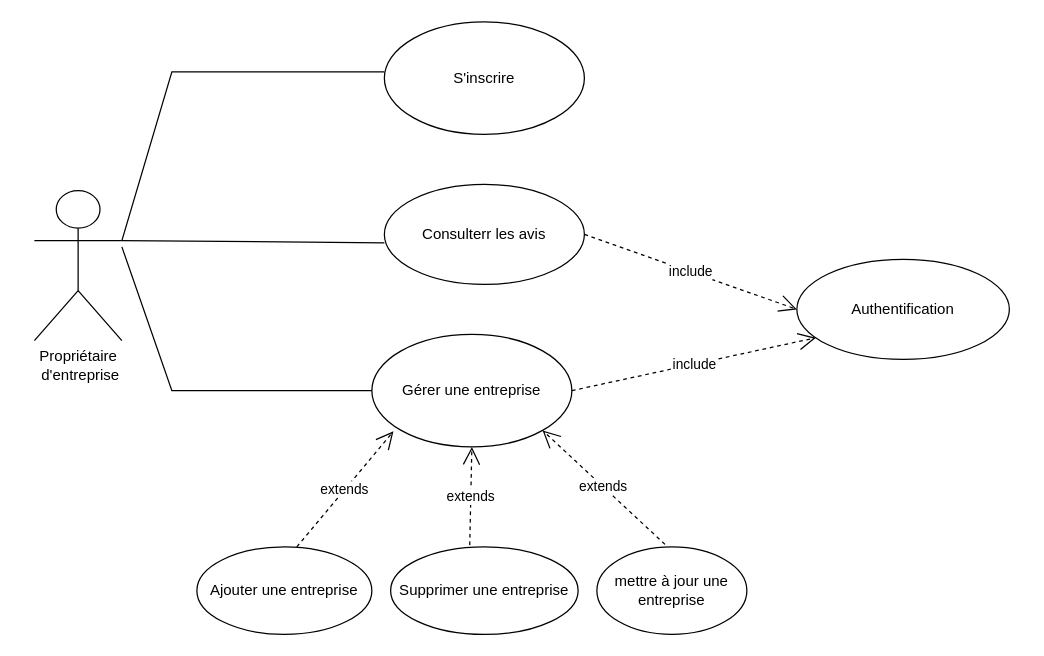
The draw.io diagram utiliProp.drawio.drawio in Rahma3-sys/Searchgi, before the edit. Source tidied: cells renumbered, new cells numbered last; positions are measured from the earlier drawing's top-left corner, leaving out a move shared by most shapes. Both pictures are drawn from the tidied source at 125%, with x=0, y=0 at pixel (21, 21).
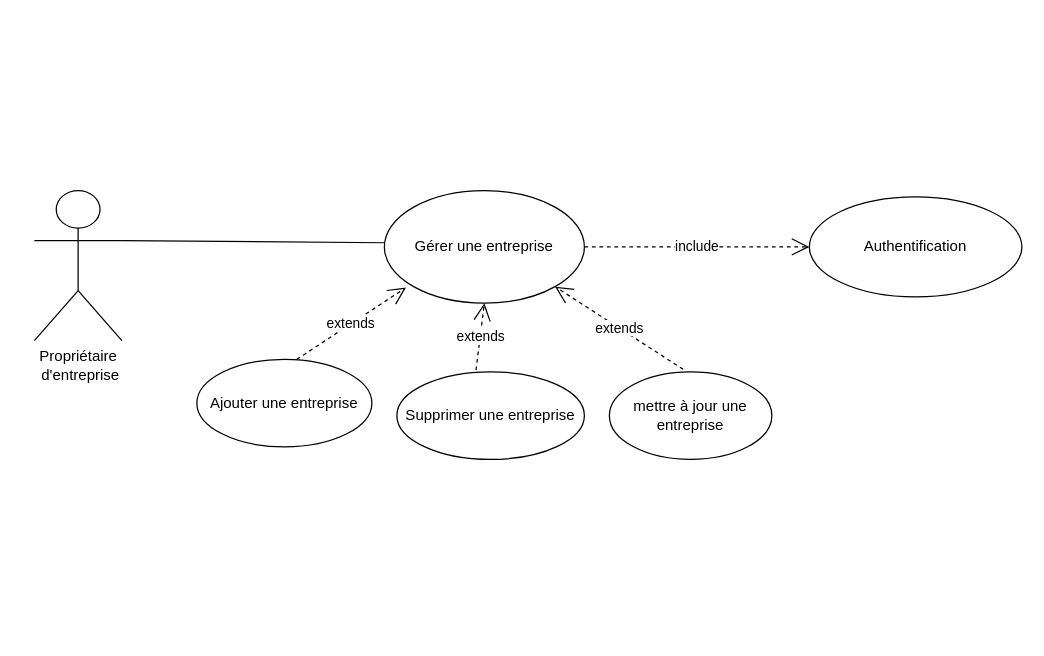
The same page after the edit.

Commit message:
Mettre à jour utiliProp.drawio.drawio

Unchanged cells that the change refers to:
```xml
<mxCell id="2" style="shape=umlActor;verticalLabelPosition=bottom;verticalAlign=top;html=1;outlineConnect=0;" parent="1" vertex="1">
  <mxGeometry x="10" y="135" width="70" height="120" as="geometry" />
</mxCell>
```

The edit, as a diff of the source:
```diff
@@
     <mxCell id="3" value="Authentification" style="ellipse;whiteSpace=wrap;html=1;" parent="1" vertex="1">
-      <mxGeometry x="620" y="190" width="170" height="80" as="geometry" />
+      <mxGeometry x="630" y="140" width="170" height="80" as="geometry" />
     </mxCell>
     <mxCell id="4" value="Supprimer une entreprise" style="ellipse;whiteSpace=wrap;html=1;" parent="1" vertex="1">
-      <mxGeometry x="295" y="420" width="150" height="70" as="geometry" />
+      <mxGeometry x="300" y="280" width="150" height="70" as="geometry" />
     </mxCell>
     <mxCell id="5" value="mettre à jour une entreprise" style="ellipse;whiteSpace=wrap;html=1;" parent="1" vertex="1">
-      <mxGeometry x="460" y="420" width="120" height="70" as="geometry" />
+      <mxGeometry x="470" y="280" width="130" height="70" as="geometry" />
     </mxCell>
-    <mxCell id="6" value="Consulterr les avis" style="ellipse;whiteSpace=wrap;html=1;" parent="1" vertex="1">
-      <mxGeometry x="290" y="130" width="160" height="80" as="geometry" />
-    </mxCell>
     <mxCell id="7" value="Ajouter une entreprise" style="ellipse;whiteSpace=wrap;html=1;" parent="1" vertex="1">
-      <mxGeometry x="140" y="420" width="140" height="70" as="geometry" />
+      <mxGeometry x="140" y="270" width="140" height="70" as="geometry" />
     </mxCell>
     <mxCell id="8" value="Gérer une entreprise" style="ellipse;whiteSpace=wrap;html=1;" parent="1" vertex="1">
-      <mxGeometry x="280" y="250" width="160" height="90" as="geometry" />
+      <mxGeometry x="290" y="135" width="160" height="90" as="geometry" />
     </mxCell>
-    <mxCell id="9" value="include" style="endArrow=open;endSize=12;dashed=1;html=1;rounded=0;exitX=1;exitY=0.5;exitDx=0;exitDy=0;entryX=0.09;entryY=0.784;entryDx=0;entryDy=0;entryPerimeter=0;" parent="1" edge="1" source="8" target="3">
+    <mxCell id="9" value="include" style="endArrow=open;endSize=12;dashed=1;html=1;rounded=0;exitX=1;exitY=0.5;exitDx=0;exitDy=0;entryX=0;entryY=0.5;entryDx=0;entryDy=0;" parent="1" edge="1" source="8" target="3">
       <mxGeometry relative="1" as="geometry" />
     </mxCell>
-    <mxCell id="10" value="include" style="endArrow=open;endSize=12;dashed=1;html=1;rounded=0;entryX=0;entryY=0.5;entryDx=0;entryDy=0;exitX=1;exitY=0.5;exitDx=0;exitDy=0;" parent="1" edge="1" source="6" target="3">
-      <mxGeometry relative="1" as="geometry" />
-    </mxCell>
-    <mxCell id="11" style="endArrow=none;html=1;rounded=0;exitX=1;exitY=0.3333333333333333;exitDx=0;exitDy=0;exitPerimeter=0;" parent="1" edge="1" source="2">
-      <mxGeometry relative="1" as="geometry">
-        <mxPoint x="290" y="40" as="targetPoint" />
-        <Array as="points">
-          <mxPoint x="120" y="40" />
-        </Array>
-      </mxGeometry>
-    </mxCell>
-    <mxCell id="12" style="endArrow=none;html=1;rounded=0;entryX=1;entryY=0.3333333333333333;entryDx=0;entryDy=0;entryPerimeter=0;exitX=0;exitY=0.584;exitDx=0;exitDy=0;exitPerimeter=0;" parent="1" edge="1" source="6" target="2">
-      <mxGeometry relative="1" as="geometry" />
+    <mxCell id="12" style="endArrow=none;html=1;rounded=0;entryX=1;entryY=0.3333333333333333;entryDx=0;entryDy=0;entryPerimeter=0;exitX=0;exitY=0.584;exitDx=0;exitDy=0;exitPerimeter=0;" parent="1" edge="1" target="2">
+      <mxGeometry relative="1" as="geometry">
+        <mxPoint x="290" y="176.7" as="sourcePoint" />
+      </mxGeometry>
     </mxCell>
-    <mxCell id="13" style="endArrow=none;html=1;rounded=0;entryX=0;entryY=0.5;entryDx=0;entryDy=0;" parent="1" edge="1" target="8">
-      <mxGeometry relative="1" as="geometry">
-        <mxPoint x="80" y="180" as="sourcePoint" />
-        <Array as="points">
-          <mxPoint x="120" y="295" />
-        </Array>
-      </mxGeometry>
-    </mxCell>
-    <mxCell id="14" value="S'inscrire" style="ellipse;whiteSpace=wrap;html=1;" parent="1" vertex="1">
-      <mxGeometry x="290" width="160" height="90" as="geometry" />
-    </mxCell>
@@
-    <mxCell id="17" value="extends" style="endArrow=open;endSize=12;dashed=1;html=1;rounded=0;exitX=0.422;exitY=-0.02;exitDx=0;exitDy=0;exitPerimeter=0;" parent="1" edge="1" source="4">
-      <mxGeometry relative="1" as="geometry">
-        <mxPoint x="360" y="340" as="targetPoint" />
-      </mxGeometry>
+    <mxCell id="17" value="extends" style="endArrow=open;endSize=12;dashed=1;html=1;rounded=0;exitX=0.422;exitY=-0.02;exitDx=0;exitDy=0;exitPerimeter=0;entryX=0.5;entryY=1;entryDx=0;entryDy=0;" parent="1" edge="1" source="4" target="8">
+      <mxGeometry relative="1" as="geometry" />
     </mxCell>
```
